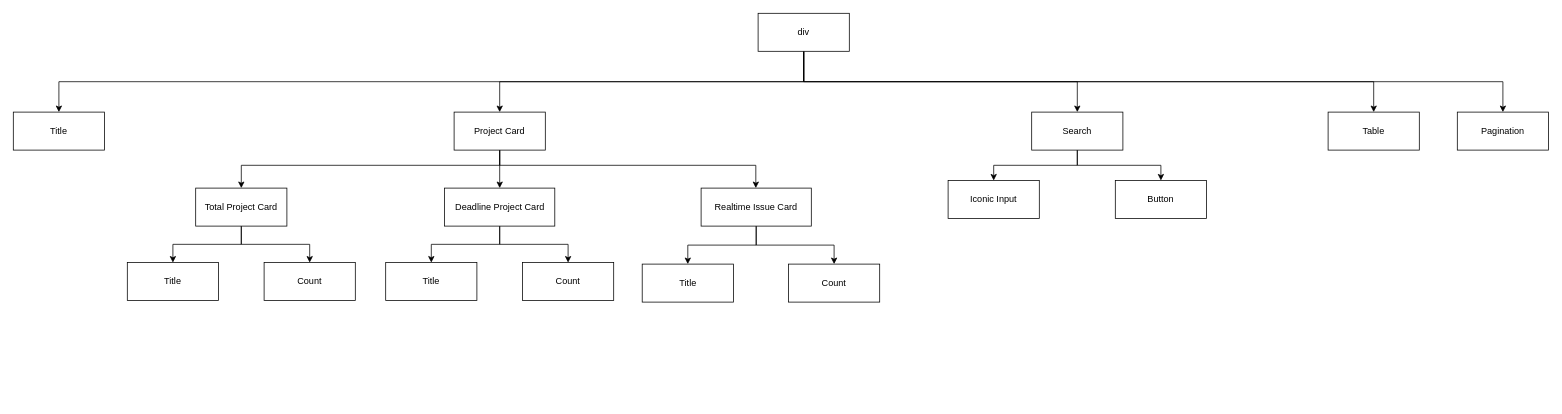
Before: page "MA04_PM" (4 of 4) of 01. design/DOM_02_MANAGER.drawio in limkyulee/cloky-fe, a draw.io diagram. Source tidied: cells renumbered, new cells numbered last; positions are measured from the earlier drawing's top-left corner, leaving out a move shared by most shapes. Both pictures are drawn from the tidied source at 76%, with x=0, y=0 at pixel (13, 13).
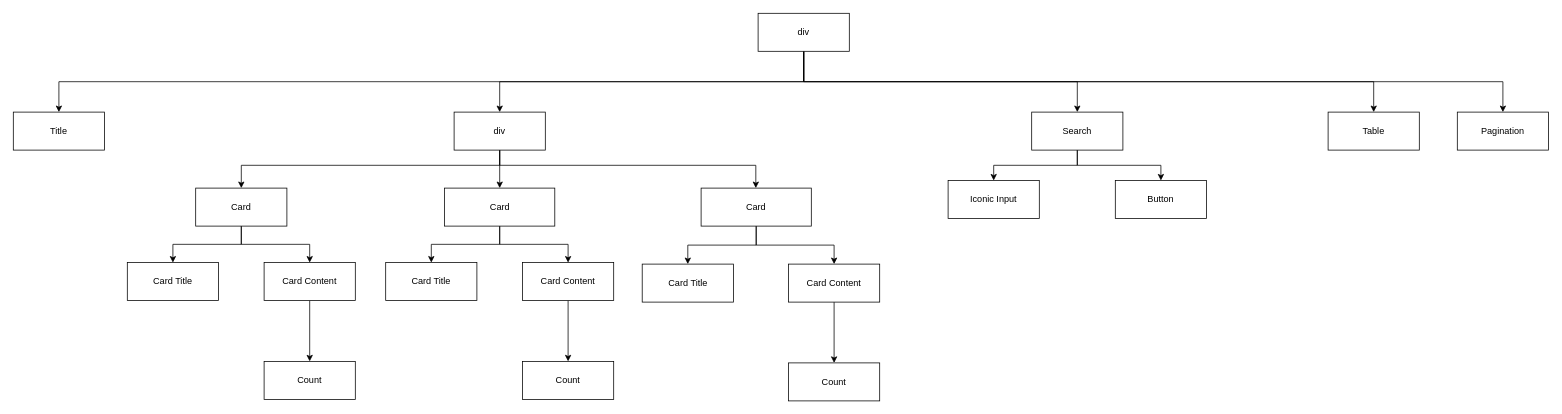
Above is the later version.

Commit message (it also covers changes not shown here):
dom tree user

The edit, as a diff of the source:
```diff
@@
-    <mxCell id="12" value="Project Card" style="rounded=0;whiteSpace=wrap;html=1;" parent="1" vertex="1">
+    <mxCell id="12" value="div" style="rounded=0;whiteSpace=wrap;html=1;" parent="1" vertex="1">
       <mxGeometry x="580" y="130" width="120" height="50" as="geometry" />
     </mxCell>
@@
-    <mxCell id="20" value="Total Project Card" style="rounded=0;whiteSpace=wrap;html=1;" parent="1" vertex="1">
+    <mxCell id="20" value="Card" style="rounded=0;whiteSpace=wrap;html=1;" parent="1" vertex="1">
       <mxGeometry x="240" y="230" width="120" height="50" as="geometry" />
     </mxCell>
@@
-    <mxCell id="23" value="Deadline Project Card" style="rounded=0;whiteSpace=wrap;html=1;" parent="1" vertex="1">
+    <mxCell id="23" value="Card" style="rounded=0;whiteSpace=wrap;html=1;" parent="1" vertex="1">
       <mxGeometry x="567.5" y="230" width="145" height="50" as="geometry" />
     </mxCell>
@@
-    <mxCell id="26" value="Realtime Issue Card" style="rounded=0;whiteSpace=wrap;html=1;" parent="1" vertex="1">
+    <mxCell id="26" value="Card" style="rounded=0;whiteSpace=wrap;html=1;" parent="1" vertex="1">
       <mxGeometry x="905" y="230" width="145" height="50" as="geometry" />
     </mxCell>
-    <mxCell id="27" value="Title" style="rounded=0;whiteSpace=wrap;html=1;" parent="1" vertex="1">
+    <mxCell id="27" value="Card Title" style="rounded=0;whiteSpace=wrap;html=1;" parent="1" vertex="1">
       <mxGeometry x="150" y="328" width="120" height="50" as="geometry" />
     </mxCell>
+    <mxCell id="35" style="edgeStyle=none;html=1;" parent="1" edge="1" source="28" target="38">
+      <mxGeometry relative="1" as="geometry" />
+    </mxCell>
-    <mxCell id="28" value="Count" style="rounded=0;whiteSpace=wrap;html=1;" parent="1" vertex="1">
+    <mxCell id="28" value="Card Content" style="rounded=0;whiteSpace=wrap;html=1;" parent="1" vertex="1">
       <mxGeometry x="330" y="328" width="120" height="50" as="geometry" />
     </mxCell>
-    <mxCell id="29" value="Title" style="rounded=0;whiteSpace=wrap;html=1;" parent="1" vertex="1">
+    <mxCell id="29" value="Card Title" style="rounded=0;whiteSpace=wrap;html=1;" parent="1" vertex="1">
       <mxGeometry x="490" y="328" width="120" height="50" as="geometry" />
     </mxCell>
+    <mxCell id="36" style="edgeStyle=none;html=1;" parent="1" edge="1" source="30" target="39">
+      <mxGeometry relative="1" as="geometry" />
+    </mxCell>
-    <mxCell id="30" value="Count" style="rounded=0;whiteSpace=wrap;html=1;" parent="1" vertex="1">
+    <mxCell id="30" value="Card Content" style="rounded=0;whiteSpace=wrap;html=1;" parent="1" vertex="1">
       <mxGeometry x="670" y="328" width="120" height="50" as="geometry" />
     </mxCell>
-    <mxCell id="31" value="Title" style="rounded=0;whiteSpace=wrap;html=1;" parent="1" vertex="1">
+    <mxCell id="31" value="Card Title" style="rounded=0;whiteSpace=wrap;html=1;" parent="1" vertex="1">
       <mxGeometry x="827.5" y="330" width="120" height="50" as="geometry" />
     </mxCell>
+    <mxCell id="37" style="edgeStyle=none;html=1;" parent="1" edge="1" source="32" target="40">
+      <mxGeometry relative="1" as="geometry" />
+    </mxCell>
-    <mxCell id="32" value="Count" style="rounded=0;whiteSpace=wrap;html=1;" parent="1" vertex="1">
+    <mxCell id="32" value="Card Content" style="rounded=0;whiteSpace=wrap;html=1;" parent="1" vertex="1">
       <mxGeometry x="1020" y="330" width="120" height="50" as="geometry" />
     </mxCell>
@@
+    <mxCell id="38" value="Count" style="rounded=0;whiteSpace=wrap;html=1;" parent="1" vertex="1">
+      <mxGeometry x="330" y="458" width="120" height="50" as="geometry" />
+    </mxCell>
+    <mxCell id="39" value="Count" style="rounded=0;whiteSpace=wrap;html=1;" parent="1" vertex="1">
+      <mxGeometry x="670" y="458" width="120" height="50" as="geometry" />
+    </mxCell>
+    <mxCell id="40" value="Count" style="rounded=0;whiteSpace=wrap;html=1;" parent="1" vertex="1">
+      <mxGeometry x="1020" y="460" width="120" height="50" as="geometry" />
+    </mxCell>
```
